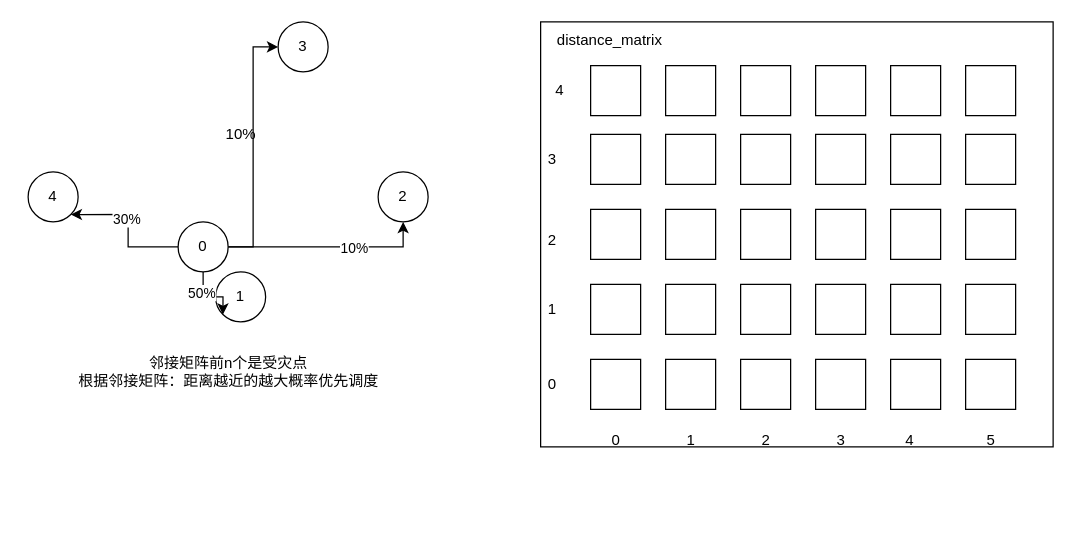
Before: mind/路径的随机生成.drawio in YYForReal/DispatchingForPeople, a draw.io diagram. Source tidied: cells renumbered, new cells numbered last; positions are measured from the earlier drawing's top-left corner, leaving out a move shared by most shapes. Both pictures are drawn from the tidied source at 125%, with x=0, y=0 at pixel (28, 21).
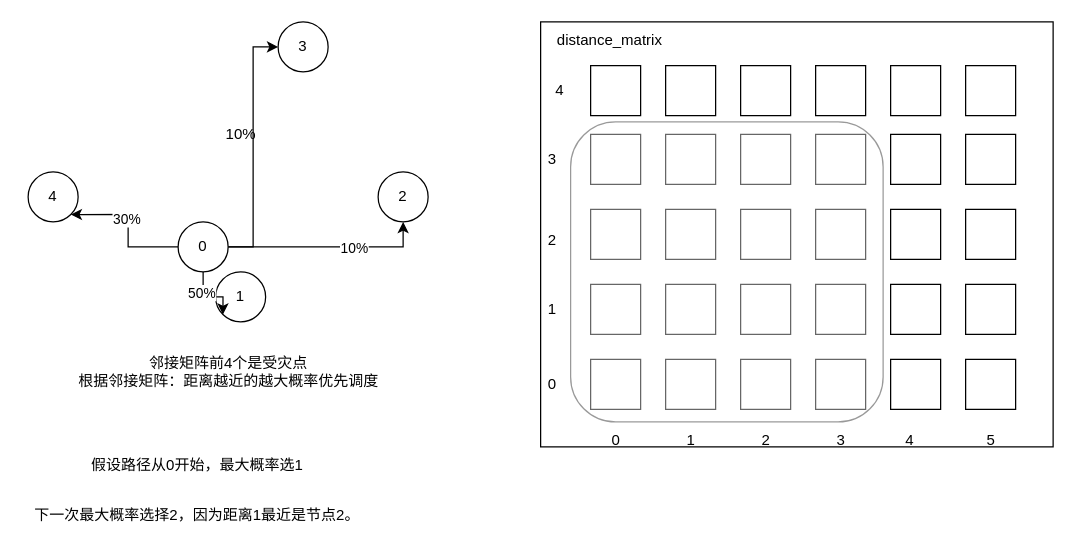
After the change.

Commit message:
更新路径的随机生成.drawio

The edit, as a diff of the source:
```diff
@@
-    <mxCell id="56" value="邻接矩阵前n个是受灾点&lt;br&gt;根据邻接矩阵：距离越近的越大概率优先调度" style="text;html=1;align=center;verticalAlign=middle;strokeColor=none;fillColor=none;" parent="1" vertex="1">
+    <mxCell id="56" value="邻接矩阵前4个是受灾点&lt;br&gt;根据邻接矩阵：距离越近的越大概率优先调度" style="text;html=1;align=center;verticalAlign=middle;strokeColor=none;fillColor=none;" parent="1" vertex="1">
       <mxGeometry x="30" y="260" width="260" height="40" as="geometry" />
     </mxCell>
@@
+    <mxCell id="59" style="rounded=1;whiteSpace=wrap;html=1;opacity=40;gradientColor=none;strokeColor=default;" parent="1" vertex="1">
+      <mxGeometry x="434" y="80" width="250" height="240" as="geometry" />
+    </mxCell>
+    <mxCell id="60" value="假设路径从0开始，最大概率选1" style="text;html=1;align=center;verticalAlign=middle;strokeColor=none;fillColor=none;" parent="1" vertex="1">
+      <mxGeometry x="40" y="340" width="190" height="30" as="geometry" />
+    </mxCell>
+    <mxCell id="61" value="下一次最大概率选择2，因为距离1最近是节点2。" style="text;html=1;align=center;verticalAlign=middle;strokeColor=none;fillColor=none;" parent="1" vertex="1">
+      <mxGeometry x="-5" y="380" width="280" height="30" as="geometry" />
+    </mxCell>
```
